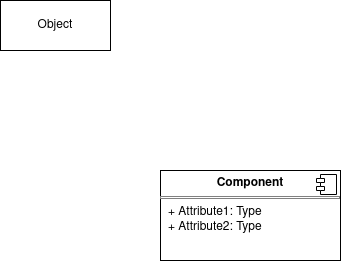
This is Medical information System use case diagram.drawio.png from SENG-350-2024-fall/Team-11, a draw.io export, as it was before one commit. Source tidied: cells renumbered, new cells last; positions are measured from the earlier drawing's top-left corner, leaving out a move shared by most shapes.
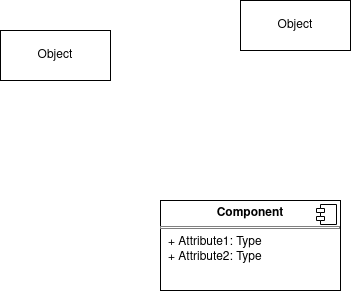
Above is the later version.

The edit, as a diff of the source:
```diff
@@ -13,5 +13,8 @@
         <mxPoint x="-24" y="4" as="offset" />
       </mxGeometry>
     </mxCell>
+    <mxCell id="5" value="Object" style="html=1;whiteSpace=wrap;" parent="1" vertex="1">
+      <mxGeometry x="240" y="-30" width="110" height="50" as="geometry" />
+    </mxCell>
   </root>
 </mxGraphModel>
```
